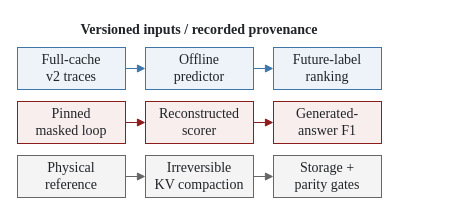
The draw.io diagram paper_icdm/figures/evaluation_paths.drawio in lzbaclz/KVSalienceBench, before the edit. Source tidied: cells renumbered, new cells numbered last; positions are measured from the earlier drawing's top-left corner, leaving out a move shared by most shapes. Both pictures are drawn from the tidied source at 100%, with x=0, y=0 at pixel (17, 17).
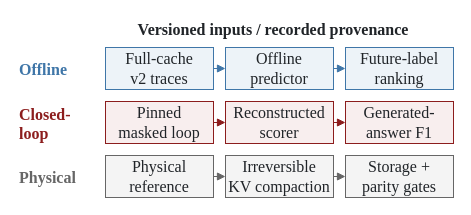
The same diagram, later.

Diff of the diagram source:
```diff
@@
-    <mxCell id="2" value="Versioned inputs / recorded provenance" style="text;html=0;align=center;verticalAlign=middle;fontStyle=1;fontFamily=Liberation Serif;fontSize=14;fontColor=#202428;" parent="1" vertex="1">
-      <mxGeometry width="364" height="22" as="geometry" />
+    <mxCell id="2" value="Versioned inputs / recorded provenance" style="text;html=0;align=center;verticalAlign=middle;fontStyle=1;fontFamily=Liberation Serif;fontSize=16;fontColor=#202428;" parent="1" vertex="1">
+      <mxGeometry x="76" width="360" height="22" as="geometry" />
     </mxCell>
+    <mxCell id="18" value="Offline" style="text;html=0;align=left;verticalAlign=middle;fontStyle=1;fontFamily=Liberation Serif;fontSize=16;fontColor=#3f76a8;" parent="1" vertex="1">
+      <mxGeometry y="30" width="76" height="42" as="geometry" />
+    </mxCell>
-    <mxCell id="3" value="Full-cache&#10;v2 traces" style="rounded=0;whiteSpace=wrap;html=0;fillColor=#edf3f8;strokeColor=#3f76a8;strokeWidth=1;fontFamily=Liberation Serif;fontSize=14;fontColor=#202428;" parent="1" vertex="1">
-      <mxGeometry y="30" width="108" height="42" as="geometry" />
+    <mxCell id="3" value="Full-cache&#10;v2 traces" style="rounded=0;whiteSpace=wrap;html=0;fillColor=#edf3f8;strokeColor=#3f76a8;strokeWidth=1;fontFamily=Liberation Serif;fontSize=16;fontColor=#202428;" parent="1" vertex="1">
+      <mxGeometry x="88" y="30" width="108" height="42" as="geometry" />
     </mxCell>
-    <mxCell id="4" value="Offline&#10;predictor" style="rounded=0;whiteSpace=wrap;html=0;fillColor=#edf3f8;strokeColor=#3f76a8;strokeWidth=1;fontFamily=Liberation Serif;fontSize=14;fontColor=#202428;" parent="1" vertex="1">
-      <mxGeometry x="128" y="30" width="108" height="42" as="geometry" />
+    <mxCell id="4" value="Offline&#10;predictor" style="rounded=0;whiteSpace=wrap;html=0;fillColor=#edf3f8;strokeColor=#3f76a8;strokeWidth=1;fontFamily=Liberation Serif;fontSize=16;fontColor=#202428;" parent="1" vertex="1">
+      <mxGeometry x="208" y="30" width="108" height="42" as="geometry" />
     </mxCell>
-    <mxCell id="5" value="Future-label&#10;ranking" style="rounded=0;whiteSpace=wrap;html=0;fillColor=#edf3f8;strokeColor=#3f76a8;strokeWidth=1;fontFamily=Liberation Serif;fontSize=14;fontColor=#202428;" parent="1" vertex="1">
-      <mxGeometry x="256" y="30" width="108" height="42" as="geometry" />
+    <mxCell id="5" value="Future-label&#10;ranking" style="rounded=0;whiteSpace=wrap;html=0;fillColor=#edf3f8;strokeColor=#3f76a8;strokeWidth=1;fontFamily=Liberation Serif;fontSize=16;fontColor=#202428;" parent="1" vertex="1">
+      <mxGeometry x="328" y="30" width="108" height="42" as="geometry" />
     </mxCell>
@@
+    <mxCell id="19" value="Closed-&#10;loop" style="text;html=0;align=left;verticalAlign=middle;fontStyle=1;fontFamily=Liberation Serif;fontSize=16;fontColor=#8c1d1d;" parent="1" vertex="1">
+      <mxGeometry y="84" width="76" height="42" as="geometry" />
+    </mxCell>
-    <mxCell id="8" value="Pinned&#10;masked loop" style="rounded=0;whiteSpace=wrap;html=0;fillColor=#f8eeee;strokeColor=#8c1d1d;strokeWidth=1;fontFamily=Liberation Serif;fontSize=14;fontColor=#202428;" parent="1" vertex="1">
-      <mxGeometry y="84" width="108" height="42" as="geometry" />
+    <mxCell id="8" value="Pinned&#10;masked loop" style="rounded=0;whiteSpace=wrap;html=0;fillColor=#f8eeee;strokeColor=#8c1d1d;strokeWidth=1;fontFamily=Liberation Serif;fontSize=16;fontColor=#202428;" parent="1" vertex="1">
+      <mxGeometry x="88" y="84" width="108" height="42" as="geometry" />
     </mxCell>
-    <mxCell id="9" value="Reconstructed&#10;scorer" style="rounded=0;whiteSpace=wrap;html=0;fillColor=#f8eeee;strokeColor=#8c1d1d;strokeWidth=1;fontFamily=Liberation Serif;fontSize=14;fontColor=#202428;" parent="1" vertex="1">
-      <mxGeometry x="128" y="84" width="108" height="42" as="geometry" />
+    <mxCell id="9" value="Reconstructed&#10;scorer" style="rounded=0;whiteSpace=wrap;html=0;fillColor=#f8eeee;strokeColor=#8c1d1d;strokeWidth=1;fontFamily=Liberation Serif;fontSize=16;fontColor=#202428;" parent="1" vertex="1">
+      <mxGeometry x="208" y="84" width="108" height="42" as="geometry" />
     </mxCell>
-    <mxCell id="10" value="Generated-&#10;answer F1" style="rounded=0;whiteSpace=wrap;html=0;fillColor=#f8eeee;strokeColor=#8c1d1d;strokeWidth=1;fontFamily=Liberation Serif;fontSize=14;fontColor=#202428;" parent="1" vertex="1">
-      <mxGeometry x="256" y="84" width="108" height="42" as="geometry" />
+    <mxCell id="10" value="Generated-&#10;answer F1" style="rounded=0;whiteSpace=wrap;html=0;fillColor=#f8eeee;strokeColor=#8c1d1d;strokeWidth=1;fontFamily=Liberation Serif;fontSize=16;fontColor=#202428;" parent="1" vertex="1">
+      <mxGeometry x="328" y="84" width="108" height="42" as="geometry" />
     </mxCell>
@@
+    <mxCell id="20" value="Physical" style="text;html=0;align=left;verticalAlign=middle;fontStyle=1;fontFamily=Liberation Serif;fontSize=16;fontColor=#666666;" parent="1" vertex="1">
+      <mxGeometry y="138" width="76" height="42" as="geometry" />
+    </mxCell>
-    <mxCell id="13" value="Physical&#10;reference" style="rounded=0;whiteSpace=wrap;html=0;fillColor=#f4f4f4;strokeColor=#666666;strokeWidth=1;fontFamily=Liberation Serif;fontSize=14;fontColor=#202428;" parent="1" vertex="1">
-      <mxGeometry y="138" width="108" height="42" as="geometry" />
+    <mxCell id="13" value="Physical&#10;reference" style="rounded=0;whiteSpace=wrap;html=0;fillColor=#f4f4f4;strokeColor=#666666;strokeWidth=1;fontFamily=Liberation Serif;fontSize=16;fontColor=#202428;" parent="1" vertex="1">
+      <mxGeometry x="88" y="138" width="108" height="42" as="geometry" />
     </mxCell>
-    <mxCell id="14" value="Irreversible&#10;KV compaction" style="rounded=0;whiteSpace=wrap;html=0;fillColor=#f4f4f4;strokeColor=#666666;strokeWidth=1;fontFamily=Liberation Serif;fontSize=14;fontColor=#202428;" parent="1" vertex="1">
-      <mxGeometry x="128" y="138" width="108" height="42" as="geometry" />
+    <mxCell id="14" value="Irreversible&#10;KV compaction" style="rounded=0;whiteSpace=wrap;html=0;fillColor=#f4f4f4;strokeColor=#666666;strokeWidth=1;fontFamily=Liberation Serif;fontSize=16;fontColor=#202428;" parent="1" vertex="1">
+      <mxGeometry x="208" y="138" width="108" height="42" as="geometry" />
     </mxCell>
-    <mxCell id="15" value="Storage +&#10;parity gates" style="rounded=0;whiteSpace=wrap;html=0;fillColor=#f4f4f4;strokeColor=#666666;strokeWidth=1;fontFamily=Liberation Serif;fontSize=14;fontColor=#202428;" parent="1" vertex="1">
-      <mxGeometry x="256" y="138" width="108" height="42" as="geometry" />
+    <mxCell id="15" value="Storage +&#10;parity gates" style="rounded=0;whiteSpace=wrap;html=0;fillColor=#f4f4f4;strokeColor=#666666;strokeWidth=1;fontFamily=Liberation Serif;fontSize=16;fontColor=#202428;" parent="1" vertex="1">
+      <mxGeometry x="328" y="138" width="108" height="42" as="geometry" />
     </mxCell>
```
